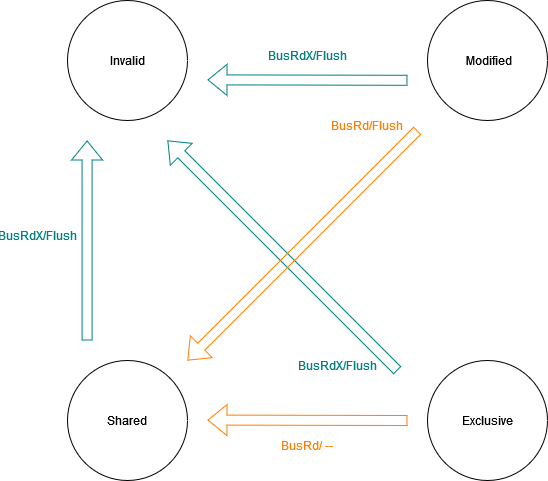
The draw.io diagram img/reduced_interesting_mesi.drawio.png in chekfung/parallel_comp_arch_final_project, before a commit. Source tidied: cells renumbered, new cells last; positions are measured from the earlier drawing's top-left corner, leaving out a move shared by most shapes.
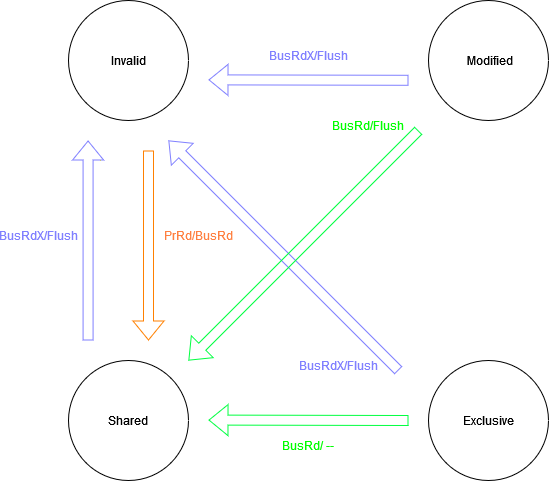
The same file after the commit.

Change to the diagram source:
```diff
@@ -14,50 +14,59 @@
     <mxCell id="5" value="&amp;nbsp;Modified" style="ellipse;whiteSpace=wrap;html=1;" parent="1" vertex="1">
       <mxGeometry x="420" width="120" height="120" as="geometry" />
     </mxCell>
-    <mxCell id="6" style="shape=flexArrow;endArrow=classic;html=1;rounded=0;strokeColor=#008080;fontColor=#008080;" parent="1" edge="1">
+    <mxCell id="6" style="shape=flexArrow;endArrow=classic;html=1;rounded=0;strokeColor=#8080ff;" parent="1" edge="1">
       <mxGeometry relative="1" as="geometry">
         <mxPoint x="400" y="79.8" as="sourcePoint" />
         <mxPoint x="200" y="79.4" as="targetPoint" />
       </mxGeometry>
     </mxCell>
-    <mxCell id="7" style="shape=flexArrow;endArrow=classic;html=1;rounded=0;strokeColor=#008080;fontColor=#008080;" parent="1" edge="1">
+    <mxCell id="7" style="shape=flexArrow;endArrow=classic;html=1;rounded=0;strokeColor=#8080ff;" parent="1" edge="1">
       <mxGeometry relative="1" as="geometry">
         <mxPoint x="390" y="370" as="sourcePoint" />
         <mxPoint x="160" y="140" as="targetPoint" />
       </mxGeometry>
     </mxCell>
-    <mxCell id="8" style="shape=flexArrow;endArrow=classic;html=1;rounded=0;strokeColor=#008080;fontColor=#008080;" parent="1" edge="1">
+    <mxCell id="8" style="shape=flexArrow;endArrow=classic;html=1;rounded=0;strokeColor=#8080ff;" parent="1" edge="1">
       <mxGeometry relative="1" as="geometry">
         <mxPoint x="79.6" y="340" as="sourcePoint" />
         <mxPoint x="79.6" y="140" as="targetPoint" />
       </mxGeometry>
     </mxCell>
-    <mxCell id="9" value="BusRd/ --" style="text;html=1;strokeColor=none;fillColor=none;align=center;verticalAlign=middle;whiteSpace=wrap;rounded=0;fontColor=#ff8000;" parent="1" vertex="1">
+    <mxCell id="9" value="BusRd/ --" style="text;html=1;strokeColor=none;fillColor=none;align=center;verticalAlign=middle;whiteSpace=wrap;rounded=0;fontColor=#00ff00;" parent="1" vertex="1">
       <mxGeometry x="270" y="430" width="60" height="30" as="geometry" />
     </mxCell>
-    <mxCell id="10" value="BusRdX/Flush" style="text;html=1;strokeColor=none;fillColor=none;align=center;verticalAlign=middle;whiteSpace=wrap;rounded=0;fontColor=#008080;" parent="1" vertex="1">
+    <mxCell id="10" value="BusRdX/Flush" style="text;html=1;strokeColor=none;fillColor=none;align=center;verticalAlign=middle;whiteSpace=wrap;rounded=0;fontColor=#8080ff;" parent="1" vertex="1">
       <mxGeometry y="220" width="60" height="30" as="geometry" />
     </mxCell>
-    <mxCell id="11" value="BusRdX/Flush" style="text;html=1;strokeColor=none;fillColor=none;align=center;verticalAlign=middle;whiteSpace=wrap;rounded=0;fontColor=#008080;" parent="1" vertex="1">
+    <mxCell id="11" value="BusRdX/Flush" style="text;html=1;strokeColor=none;fillColor=none;align=center;verticalAlign=middle;whiteSpace=wrap;rounded=0;fontColor=#8080ff;" parent="1" vertex="1">
       <mxGeometry x="270" y="39.8" width="60" height="30" as="geometry" />
     </mxCell>
-    <mxCell id="12" style="shape=flexArrow;endArrow=classic;html=1;rounded=0;strokeColor=#ff8000;fontColor=#ff8000;" parent="1" edge="1">
+    <mxCell id="12" style="shape=flexArrow;endArrow=classic;html=1;rounded=0;strokeColor=#00ff40;fontColor=#00ff00;" parent="1" edge="1">
       <mxGeometry relative="1" as="geometry">
         <mxPoint x="400" y="420" as="sourcePoint" />
         <mxPoint x="200" y="419.6" as="targetPoint" />
       </mxGeometry>
     </mxCell>
-    <mxCell id="13" value="BusRdX/Flush" style="text;html=1;strokeColor=none;fillColor=none;align=center;verticalAlign=middle;whiteSpace=wrap;rounded=0;fontColor=#008080;" parent="1" vertex="1">
+    <mxCell id="13" value="BusRdX/Flush" style="text;html=1;strokeColor=none;fillColor=none;align=center;verticalAlign=middle;whiteSpace=wrap;rounded=0;fontColor=#8080ff;" parent="1" vertex="1">
       <mxGeometry x="300" y="350" width="60" height="30" as="geometry" />
     </mxCell>
-    <mxCell id="14" style="shape=flexArrow;endArrow=classic;html=1;rounded=0;strokeColor=#ff8000;fontColor=#ff8000;" parent="1" edge="1">
+    <mxCell id="14" style="shape=flexArrow;endArrow=classic;html=1;rounded=0;strokeColor=#00ff40;fontColor=#00ff00;" parent="1" edge="1">
       <mxGeometry relative="1" as="geometry">
         <mxPoint x="410" y="130" as="sourcePoint" />
         <mxPoint x="180" y="360" as="targetPoint" />
       </mxGeometry>
     </mxCell>
-    <mxCell id="15" value="BusRd/Flush" style="text;html=1;strokeColor=none;fillColor=none;align=center;verticalAlign=middle;whiteSpace=wrap;rounded=0;fontColor=#ff8000;" parent="1" vertex="1">
+    <mxCell id="15" value="BusRd/Flush" style="text;html=1;strokeColor=none;fillColor=none;align=center;verticalAlign=middle;whiteSpace=wrap;rounded=0;fontColor=#00ff00;" parent="1" vertex="1">
       <mxGeometry x="330" y="110" width="60" height="30" as="geometry" />
     </mxCell>
+    <mxCell id="16" style="shape=flexArrow;endArrow=classic;html=1;rounded=0;strokeColor=#ff8000;" parent="1" edge="1">
+      <mxGeometry relative="1" as="geometry">
+        <mxPoint x="140" y="150" as="sourcePoint" />
+        <mxPoint x="140" y="340" as="targetPoint" />
+      </mxGeometry>
+    </mxCell>
+    <mxCell id="17" value="PrRd/BusRd" style="text;html=1;strokeColor=none;fillColor=none;align=center;verticalAlign=middle;whiteSpace=wrap;rounded=0;fontColor=#ff8040;" parent="1" vertex="1">
+      <mxGeometry x="160" y="220" width="60" height="30" as="geometry" />
+    </mxCell>
   </root>
 </mxGraphModel>
```
